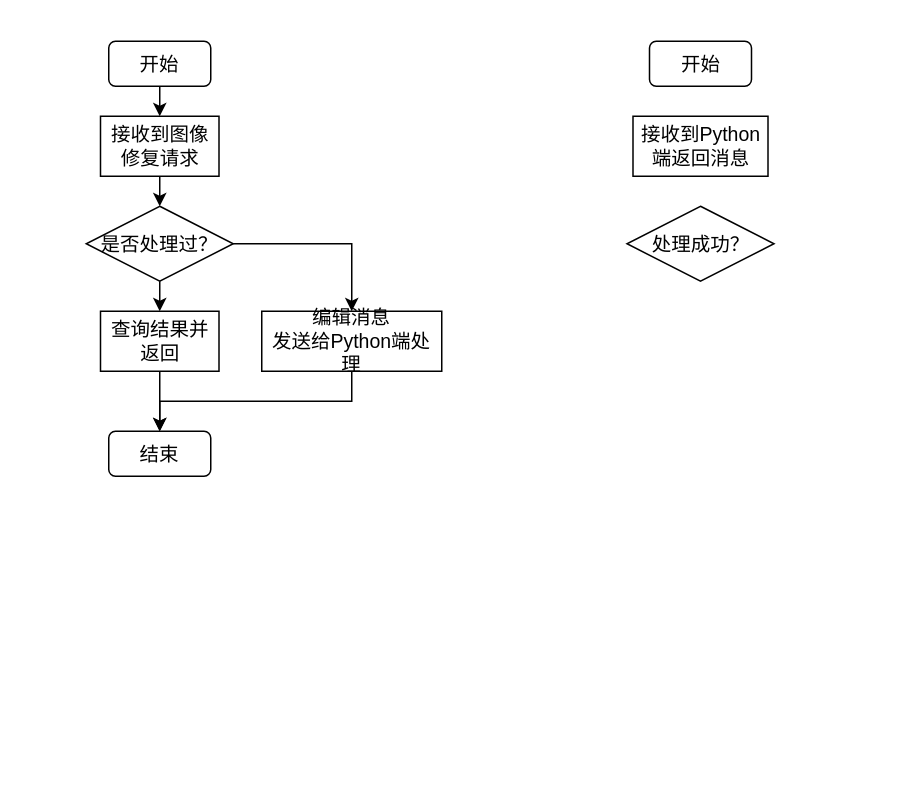
Before: Java端流程.drawio in LiSoulSpace/GitBook, a draw.io diagram. Source tidied: cells renumbered, new cells numbered last; positions are measured from the earlier drawing's top-left corner, leaving out a move shared by most shapes. Both pictures are drawn from the tidied source at 150%, with x=0, y=0 at pixel (86, 40).
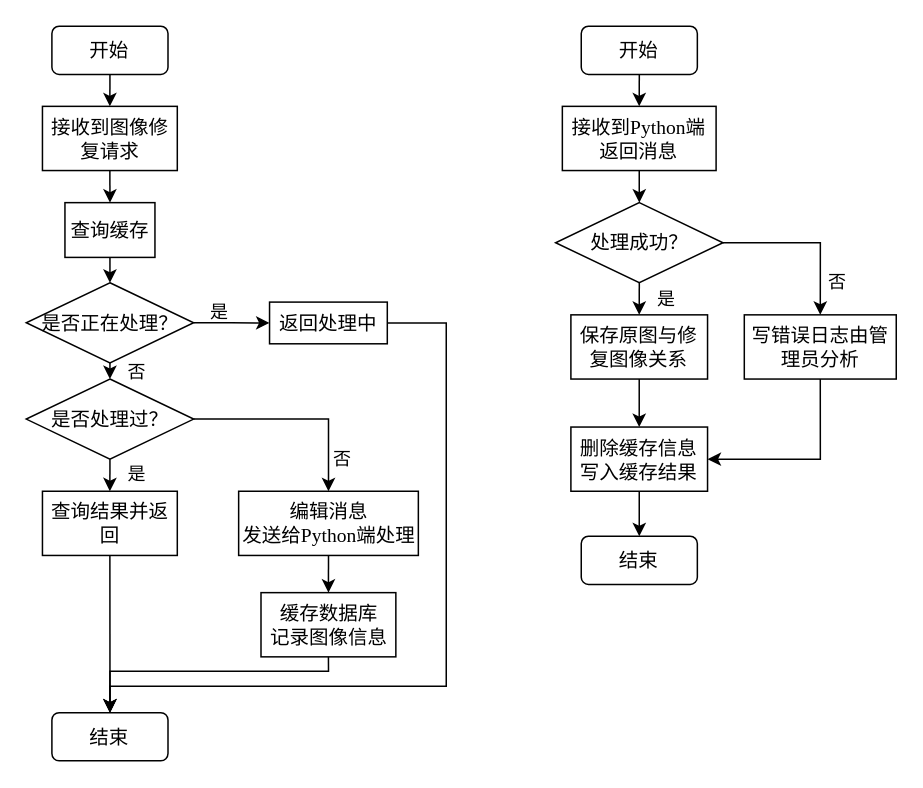
The same diagram, later.

Commit message (it also covers changes not shown here):
更新Java端流程.drawio

Diff of the diagram source:
```diff
@@
+    <mxCell id="3" value="开始" style="rounded=1;whiteSpace=wrap;html=1;fontSize=13;fontFamily=宋体;" parent="1" vertex="1">
+      <mxGeometry x="-22.9" y="-10" width="77.4" height="32.1" as="geometry" />
+    </mxCell>
+    <mxCell id="17" style="edgeStyle=orthogonalEdgeStyle;rounded=0;jettySize=auto;html=1;exitX=0.5;exitY=1;exitDx=0;exitDy=0;entryX=0.5;entryY=0;entryDx=0;entryDy=0;" parent="1" edge="1" source="5" target="38">
+      <mxGeometry relative="1" as="geometry" />
+    </mxCell>
+    <mxCell id="5" value="接收到图像修复请求" style="rounded=0;whiteSpace=wrap;html=1;fontSize=13;fontFamily=宋体;" parent="1" vertex="1">
+      <mxGeometry x="-29.2" y="43.4" width="89.9" height="42.8" as="geometry" />
+    </mxCell>
-    <mxCell id="2" style="edgeStyle=orthogonalEdgeStyle;rounded=0;jettySize=auto;html=1;exitX=0.5;exitY=1;exitDx=0;exitDy=0;entryX=0.5;entryY=0;entryDx=0;entryDy=0;" parent="1" edge="1" source="3" target="5">
+    <mxCell id="2" style="edgeStyle=orthogonalEdgeStyle;rounded=0;jettySize=auto;html=1;exitX=0.5;exitY=1;exitDx=0;exitDy=0;entryX=0.5;entryY=0;entryDx=0;entryDy=0;fontFamily=宋体;" parent="1" edge="1" source="3" target="5">
       <mxGeometry relative="1" as="geometry" />
     </mxCell>
-    <mxCell id="3" value="开始" style="rounded=1;whiteSpace=wrap;html=1;fontSize=13;fontFamily=宋体;" parent="1" vertex="1">
-      <mxGeometry x="15" width="68" height="30" as="geometry" />
-    </mxCell>
-    <mxCell id="4" style="edgeStyle=orthogonalEdgeStyle;rounded=0;jettySize=auto;html=1;exitX=0.5;exitY=1;exitDx=0;exitDy=0;entryX=0.5;entryY=0;entryDx=0;entryDy=0;" parent="1" edge="1" source="5" target="8">
-      <mxGeometry relative="1" as="geometry" />
-    </mxCell>
-    <mxCell id="5" value="接收到图像修复请求" style="rounded=0;whiteSpace=wrap;html=1;fontSize=13;fontFamily=宋体;" parent="1" vertex="1">
-      <mxGeometry x="9.5" y="50" width="79" height="40" as="geometry" />
-    </mxCell>
+    <mxCell id="8" value="是否处理过？" style="rhombus;whiteSpace=wrap;html=1;fontSize=13;fontFamily=宋体;" parent="1" vertex="1">
+      <mxGeometry x="-40" y="225.2" width="111.6" height="53.4" as="geometry" />
+    </mxCell>
+    <mxCell id="10" value="查询结果并返回" style="rounded=0;whiteSpace=wrap;html=1;fontSize=13;fontFamily=宋体;" parent="1" vertex="1">
+      <mxGeometry x="-29.2" y="300" width="89.9" height="42.8" as="geometry" />
+    </mxCell>
-    <mxCell id="6" style="edgeStyle=orthogonalEdgeStyle;rounded=0;jettySize=auto;html=1;exitX=0.5;exitY=1;exitDx=0;exitDy=0;entryX=0.5;entryY=0;entryDx=0;entryDy=0;" parent="1" edge="1" source="8" target="10">
+    <mxCell id="6" style="edgeStyle=orthogonalEdgeStyle;rounded=0;jettySize=auto;html=1;exitX=0.5;exitY=1;exitDx=0;exitDy=0;entryX=0.5;entryY=0;entryDx=0;entryDy=0;fontFamily=宋体;" parent="1" edge="1" source="8" target="10">
       <mxGeometry relative="1" as="geometry" />
     </mxCell>
+    <mxCell id="11" value="结束" style="rounded=1;whiteSpace=wrap;html=1;fontSize=13;fontFamily=宋体;" parent="1" vertex="1">
+      <mxGeometry x="-22.9" y="447.6" width="77.4" height="32.1" as="geometry" />
+    </mxCell>
+    <mxCell id="9" style="edgeStyle=orthogonalEdgeStyle;rounded=0;jettySize=auto;html=1;exitX=0.5;exitY=1;exitDx=0;exitDy=0;entryX=0.5;entryY=0;entryDx=0;entryDy=0;fontFamily=宋体;" parent="1" edge="1" source="10" target="11">
+      <mxGeometry relative="1" as="geometry" />
+    </mxCell>
+    <mxCell id="18" style="edgeStyle=orthogonalEdgeStyle;rounded=0;jettySize=auto;html=1;exitX=0.5;exitY=1;exitDx=0;exitDy=0;entryX=0.5;entryY=0;entryDx=0;entryDy=0;" parent="1" edge="1" source="13" target="33">
+      <mxGeometry relative="1" as="geometry" />
+    </mxCell>
+    <mxCell id="13" value="编辑消息&lt;br&gt;发送给&lt;font face=&quot;Times New Roman&quot;&gt;Python&lt;/font&gt;端处理" style="rounded=0;whiteSpace=wrap;html=1;fontSize=13;fontFamily=宋体;" parent="1" vertex="1">
+      <mxGeometry x="101.6" y="300" width="119.8" height="42.8" as="geometry" />
+    </mxCell>
-    <mxCell id="7" style="edgeStyle=orthogonalEdgeStyle;rounded=0;jettySize=auto;html=1;exitX=1;exitY=0.5;exitDx=0;exitDy=0;entryX=0.5;entryY=0;entryDx=0;entryDy=0;" parent="1" edge="1" source="8" target="13">
+    <mxCell id="7" style="edgeStyle=orthogonalEdgeStyle;rounded=0;jettySize=auto;html=1;exitX=1;exitY=0.5;exitDx=0;exitDy=0;entryX=0.5;entryY=0;entryDx=0;entryDy=0;fontFamily=宋体;" parent="1" edge="1" source="8" target="13">
       <mxGeometry relative="1" as="geometry" />
     </mxCell>
-    <mxCell id="8" value="是否处理过？" style="rhombus;whiteSpace=wrap;html=1;fontSize=13;fontFamily=宋体;" parent="1" vertex="1">
-      <mxGeometry y="110" width="98" height="50" as="geometry" />
-    </mxCell>
-    <mxCell id="9" style="edgeStyle=orthogonalEdgeStyle;rounded=0;jettySize=auto;html=1;exitX=0.5;exitY=1;exitDx=0;exitDy=0;entryX=0.5;entryY=0;entryDx=0;entryDy=0;" parent="1" edge="1" source="10" target="11">
-      <mxGeometry relative="1" as="geometry" />
-    </mxCell>
-    <mxCell id="10" value="查询结果并返回" style="rounded=0;whiteSpace=wrap;html=1;fontSize=13;fontFamily=宋体;" parent="1" vertex="1">
-      <mxGeometry x="9.5" y="180" width="79" height="40" as="geometry" />
-    </mxCell>
-    <mxCell id="11" value="结束" style="rounded=1;whiteSpace=wrap;html=1;fontSize=13;fontFamily=宋体;" parent="1" vertex="1">
-      <mxGeometry x="15" y="260" width="68" height="30" as="geometry" />
-    </mxCell>
-    <mxCell id="12" style="edgeStyle=orthogonalEdgeStyle;rounded=0;jettySize=auto;html=1;exitX=0.5;exitY=1;exitDx=0;exitDy=0;entryX=0.5;entryY=0;entryDx=0;entryDy=0;" parent="1" edge="1" source="13" target="11">
-      <mxGeometry relative="1" as="geometry" />
-    </mxCell>
-    <mxCell id="13" value="编辑消息&lt;br&gt;发送给Python端处理" style="rounded=0;whiteSpace=wrap;html=1;fontSize=13;fontFamily=宋体;" parent="1" vertex="1">
-      <mxGeometry x="117" y="180" width="120" height="40" as="geometry" />
-    </mxCell>
-    <mxCell id="14" value="接收到Python端返回消息" style="rounded=0;whiteSpace=wrap;html=1;fontSize=13;fontFamily=宋体;" parent="1" vertex="1">
-      <mxGeometry x="364.5" y="50" width="90" height="40" as="geometry" />
+    <mxCell id="14" value="接收到&lt;font face=&quot;Times New Roman&quot;&gt;Python&lt;/font&gt;端返回消息" style="rounded=0;whiteSpace=wrap;html=1;fontSize=13;fontFamily=宋体;" parent="1" vertex="1">
+      <mxGeometry x="317.4" y="43.4" width="102.5" height="42.8" as="geometry" />
     </mxCell>
+    <mxCell id="19" style="edgeStyle=orthogonalEdgeStyle;rounded=0;jettySize=auto;html=1;exitX=0.5;exitY=1;exitDx=0;exitDy=0;entryX=0.5;entryY=0;entryDx=0;entryDy=0;fontFamily=宋体;" parent="1" edge="1" source="15" target="14">
+      <mxGeometry relative="1" as="geometry" />
+    </mxCell>
     <mxCell id="15" value="开始" style="rounded=1;whiteSpace=wrap;html=1;fontSize=13;fontFamily=宋体;" parent="1" vertex="1">
-      <mxGeometry x="375.5" width="68" height="30" as="geometry" />
+      <mxGeometry x="330" y="-10" width="77.4" height="32.1" as="geometry" />
     </mxCell>
     <mxCell id="16" value="处理成功？" style="rhombus;whiteSpace=wrap;html=1;fontSize=13;fontFamily=宋体;" parent="1" vertex="1">
-      <mxGeometry x="360.5" y="110" width="98" height="50" as="geometry" />
+      <mxGeometry x="312.9" y="107.6" width="111.6" height="53.4" as="geometry" />
     </mxCell>
+    <mxCell id="20" style="edgeStyle=orthogonalEdgeStyle;rounded=0;jettySize=auto;html=1;exitX=0.5;exitY=1;exitDx=0;exitDy=0;entryX=0.5;entryY=0;entryDx=0;entryDy=0;fontFamily=宋体;" parent="1" edge="1" source="14" target="16">
+      <mxGeometry relative="1" as="geometry" />
+    </mxCell>
+    <mxCell id="21" style="edgeStyle=orthogonalEdgeStyle;rounded=0;jettySize=auto;html=1;exitX=0.5;exitY=1;exitDx=0;exitDy=0;entryX=0.5;entryY=0;entryDx=0;entryDy=0;" parent="1" edge="1" source="22" target="44">
+      <mxGeometry relative="1" as="geometry" />
+    </mxCell>
+    <mxCell id="22" value="保存原图与修复图像关系" style="rounded=0;whiteSpace=wrap;html=1;fontSize=13;fontFamily=宋体;" parent="1" vertex="1">
+      <mxGeometry x="323.1" y="182.4" width="91.1" height="42.8" as="geometry" />
+    </mxCell>
+    <mxCell id="23" style="edgeStyle=orthogonalEdgeStyle;rounded=0;jettySize=auto;html=1;exitX=0.5;exitY=1;exitDx=0;exitDy=0;entryX=0.5;entryY=0;entryDx=0;entryDy=0;fontFamily=宋体;" parent="1" edge="1" source="16" target="22">
+      <mxGeometry relative="1" as="geometry" />
+    </mxCell>
+    <mxCell id="24" style="edgeStyle=orthogonalEdgeStyle;rounded=0;jettySize=auto;html=1;exitX=0.5;exitY=1;exitDx=0;exitDy=0;entryX=1;entryY=0.5;entryDx=0;entryDy=0;" parent="1" edge="1" source="25" target="44">
+      <mxGeometry relative="1" as="geometry" />
+    </mxCell>
+    <mxCell id="25" value="写错误日志由管理员分析" style="rounded=0;whiteSpace=wrap;html=1;fontSize=13;fontFamily=宋体;" parent="1" vertex="1">
+      <mxGeometry x="438.7" y="182.4" width="101.3" height="42.8" as="geometry" />
+    </mxCell>
+    <mxCell id="26" style="edgeStyle=orthogonalEdgeStyle;rounded=0;jettySize=auto;html=1;exitX=1;exitY=0.5;exitDx=0;exitDy=0;entryX=0.5;entryY=0;entryDx=0;entryDy=0;fontFamily=宋体;" parent="1" edge="1" source="16" target="25">
+      <mxGeometry relative="1" as="geometry" />
+    </mxCell>
+    <mxCell id="27" value="结束" style="rounded=1;whiteSpace=wrap;html=1;fontSize=13;fontFamily=宋体;" parent="1" vertex="1">
+      <mxGeometry x="330" y="330" width="77.4" height="32.1" as="geometry" />
+    </mxCell>
+    <mxCell id="28" value="是" style="text;html=1;strokeColor=none;fillColor=none;align=center;verticalAlign=middle;whiteSpace=wrap;rounded=0;fontFamily=宋体;" parent="1" vertex="1">
+      <mxGeometry x="16.9" y="278.6" width="34.2" height="21.4" as="geometry" />
+    </mxCell>
+    <mxCell id="29" value="否" style="text;html=1;strokeColor=none;fillColor=none;align=center;verticalAlign=middle;whiteSpace=wrap;rounded=0;fontFamily=宋体;" parent="1" vertex="1">
+      <mxGeometry x="153.5" y="267.9" width="34.2" height="21.4" as="geometry" />
+    </mxCell>
+    <mxCell id="30" value="是" style="text;html=1;strokeColor=none;fillColor=none;align=center;verticalAlign=middle;whiteSpace=wrap;rounded=0;fontFamily=宋体;" parent="1" vertex="1">
+      <mxGeometry x="369.8" y="161" width="34.2" height="21.4" as="geometry" />
+    </mxCell>
+    <mxCell id="31" value="否" style="text;html=1;strokeColor=none;fillColor=none;align=center;verticalAlign=middle;whiteSpace=wrap;rounded=0;fontFamily=宋体;" parent="1" vertex="1">
+      <mxGeometry x="483.7" y="150.3" width="34.2" height="21.4" as="geometry" />
+    </mxCell>
+    <mxCell id="32" style="edgeStyle=orthogonalEdgeStyle;rounded=0;jettySize=auto;html=1;exitX=0.5;exitY=1;exitDx=0;exitDy=0;entryX=0.5;entryY=0;entryDx=0;entryDy=0;" parent="1" edge="1" source="33" target="11">
+      <mxGeometry relative="1" as="geometry">
+        <Array as="points">
+          <mxPoint x="162" y="420" />
+          <mxPoint x="16" y="420" />
+        </Array>
+      </mxGeometry>
+    </mxCell>
+    <mxCell id="33" value="缓存数据库&lt;br&gt;记录图像信息" style="rounded=0;whiteSpace=wrap;html=1;fontSize=13;fontFamily=宋体;" parent="1" vertex="1">
+      <mxGeometry x="116.5" y="367.6" width="89.9" height="42.8" as="geometry" />
+    </mxCell>
+    <mxCell id="34" style="edgeStyle=orthogonalEdgeStyle;rounded=0;jettySize=auto;html=1;exitX=0.5;exitY=1;exitDx=0;exitDy=0;entryX=0.5;entryY=0;entryDx=0;entryDy=0;" parent="1" edge="1" source="36" target="8">
+      <mxGeometry relative="1" as="geometry" />
+    </mxCell>
+    <mxCell id="35" style="edgeStyle=orthogonalEdgeStyle;rounded=0;jettySize=auto;html=1;" parent="1" edge="1" source="36" target="40">
+      <mxGeometry relative="1" as="geometry" />
+    </mxCell>
+    <mxCell id="36" value="是否正在处理？" style="rhombus;whiteSpace=wrap;html=1;fontSize=13;fontFamily=宋体;" parent="1" vertex="1">
+      <mxGeometry x="-40" y="161" width="111.6" height="53.4" as="geometry" />
+    </mxCell>
+    <mxCell id="37" style="edgeStyle=orthogonalEdgeStyle;rounded=0;jettySize=auto;html=1;exitX=0.5;exitY=1;exitDx=0;exitDy=0;entryX=0.5;entryY=0;entryDx=0;entryDy=0;" parent="1" edge="1" source="38" target="36">
+      <mxGeometry relative="1" as="geometry" />
+    </mxCell>
+    <mxCell id="38" value="查询缓存" style="rounded=0;whiteSpace=wrap;html=1;fontSize=13;fontFamily=宋体;" parent="1" vertex="1">
+      <mxGeometry x="-14.2" y="107.6" width="60" height="36.5" as="geometry" />
+    </mxCell>
+    <mxCell id="39" style="edgeStyle=orthogonalEdgeStyle;rounded=0;jettySize=auto;html=1;exitX=1;exitY=0.5;exitDx=0;exitDy=0;entryX=0.5;entryY=0;entryDx=0;entryDy=0;" parent="1" edge="1" source="40" target="11">
+      <mxGeometry relative="1" as="geometry">
+        <Array as="points">
+          <mxPoint x="240" y="188" />
+          <mxPoint x="240" y="430" />
+          <mxPoint x="16" y="430" />
+        </Array>
+      </mxGeometry>
+    </mxCell>
+    <mxCell id="40" value="返回处理中" style="whiteSpace=wrap;html=1;fontSize=13;fontFamily=宋体;" parent="1" vertex="1">
+      <mxGeometry x="122.2" y="173.9" width="78.5" height="27.8" as="geometry" />
+    </mxCell>
+    <mxCell id="41" value="是" style="text;html=1;strokeColor=none;fillColor=none;align=center;verticalAlign=middle;whiteSpace=wrap;rounded=0;fontFamily=宋体;" parent="1" vertex="1">
+      <mxGeometry x="71.6" y="170" width="34.2" height="21.4" as="geometry" />
+    </mxCell>
+    <mxCell id="42" value="否" style="text;html=1;strokeColor=none;fillColor=none;align=center;verticalAlign=middle;whiteSpace=wrap;rounded=0;fontFamily=宋体;" parent="1" vertex="1">
+      <mxGeometry x="16.9" y="210" width="34.2" height="21.4" as="geometry" />
+    </mxCell>
+    <mxCell id="43" style="edgeStyle=orthogonalEdgeStyle;rounded=0;jettySize=auto;html=1;exitX=0.5;exitY=1;exitDx=0;exitDy=0;entryX=0.5;entryY=0;entryDx=0;entryDy=0;" parent="1" edge="1" source="44" target="27">
+      <mxGeometry relative="1" as="geometry" />
+    </mxCell>
+    <mxCell id="44" value="删除缓存信息&lt;br&gt;写入缓存结果" style="rounded=0;whiteSpace=wrap;html=1;fontSize=13;fontFamily=宋体;" parent="1" vertex="1">
+      <mxGeometry x="323.1" y="257.2" width="91.1" height="42.8" as="geometry" />
+    </mxCell>
```
